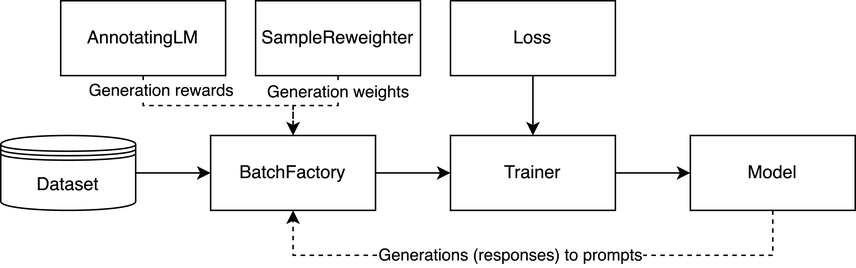
The draw.io diagram docs/figs/sys_data_flow.png in Shawn-Guo-CN/Alignment_with_Huggingface, before a commit. Source tidied: cells renumbered, new cells last; positions are measured from the earlier drawing's top-left corner, leaving out a move shared by most shapes.
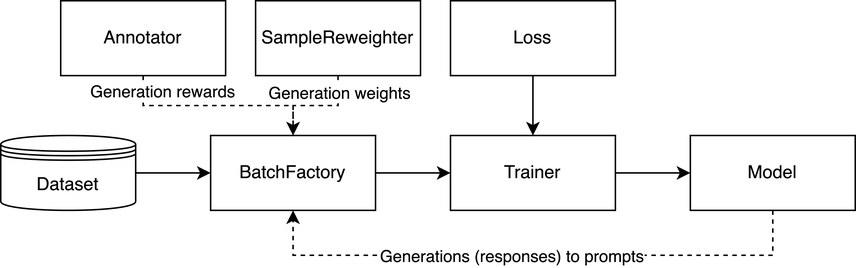
After the change.

Commit message:
updated sys diagram

Change to the diagram source:
```diff
@@ -44,7 +44,7 @@
         <mxPoint x="-12" y="-9" as="offset" />
       </mxGeometry>
     </mxCell>
-    <mxCell id="13" value="AnnotatingLM" style="html=1;whiteSpace=wrap;" parent="1" vertex="1">
+    <mxCell id="13" value="Annotator" style="html=1;whiteSpace=wrap;" parent="1" vertex="1">
       <mxGeometry x="40" width="110" height="50" as="geometry" />
     </mxCell>
     <mxCell id="14" style="edgeStyle=orthogonalEdgeStyle;rounded=0;jettySize=auto;html=1;" parent="1" edge="1" source="15" target="5">
```
